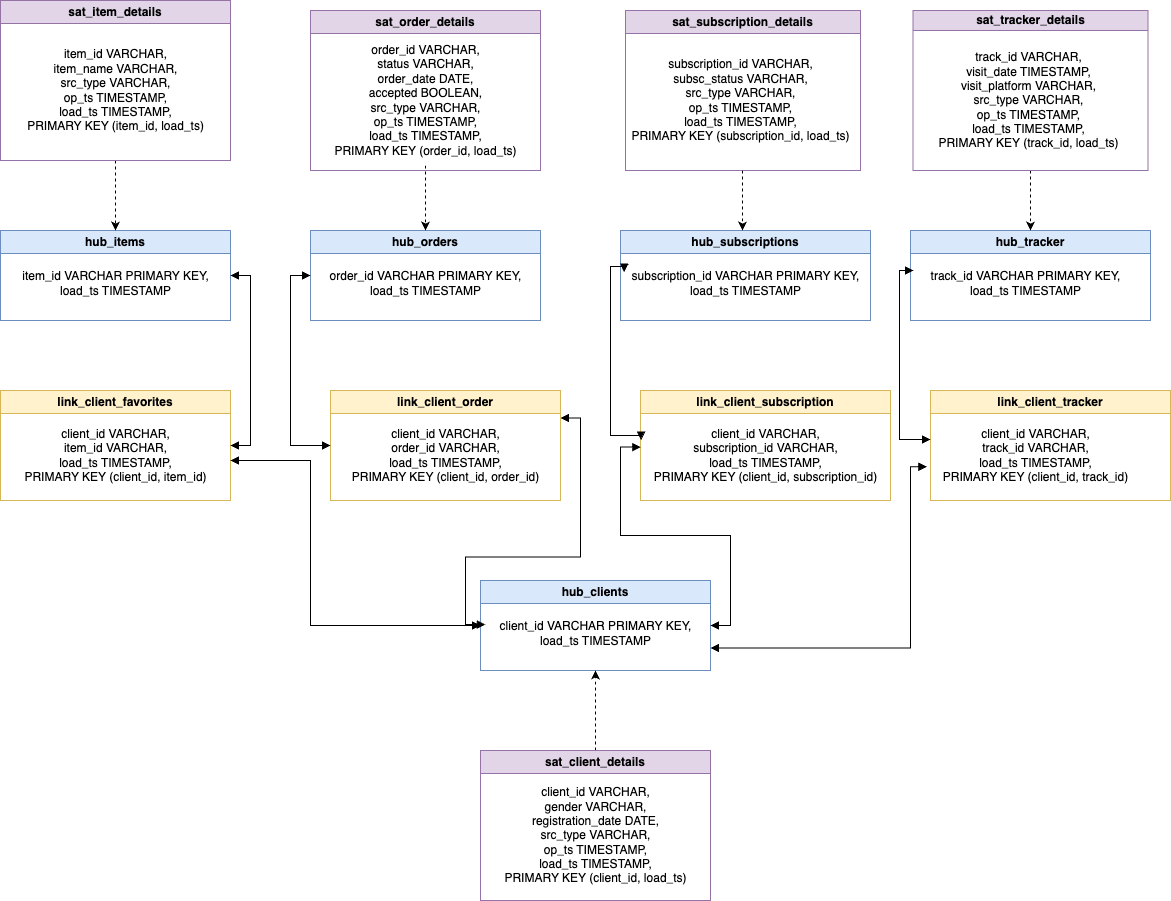
This is dds/data_vault.drawio.png from DariaMinina/architecture_asobd, a draw.io export, as it was before one commit. Source tidied: cells renumbered, new cells last; positions are measured from the earlier drawing's top-left corner, leaving out a move shared by most shapes. The source it was exported from:
```xml
<mxGraphModel>
  <root>
    <mxCell id="0" />
    <mxCell id="1" parent="0" />
    <mxCell id="2" value="hub_clients" style="swimlane;whiteSpace=wrap;html=1;fillColor=#dae8fc;strokeColor=#6c8ebf;" parent="1" vertex="1">
      <mxGeometry x="480" y="580" width="230" height="90" as="geometry" />
    </mxCell>
    <mxCell id="3" value="&lt;div&gt;client_id VARCHAR PRIMARY KEY,&lt;/div&gt;&lt;div&gt;load_ts TIMESTAMP&lt;/div&gt;" style="text;html=1;align=center;verticalAlign=middle;points=[];strokeColor=none;fillColor=none;" parent="2" vertex="1">
      <mxGeometry x="5" y="33" width="220" height="40" as="geometry" />
    </mxCell>
    <mxCell id="4" value="hub_items" style="swimlane;whiteSpace=wrap;html=1;fillColor=#dae8fc;strokeColor=#6c8ebf;" parent="1" vertex="1">
      <mxGeometry y="230" width="230" height="90" as="geometry" />
    </mxCell>
    <mxCell id="5" value="&lt;div&gt;item_id VARCHAR PRIMARY KEY,&lt;/div&gt;&lt;div&gt;load_ts TIMESTAMP&lt;/div&gt;" style="text;html=1;align=center;verticalAlign=middle;strokeColor=none;fillColor=none;" parent="4" vertex="1">
      <mxGeometry x="10" y="33" width="210" height="40" as="geometry" />
    </mxCell>
    <mxCell id="6" value="hub_orders" style="swimlane;whiteSpace=wrap;html=1;fillColor=#dae8fc;strokeColor=#6c8ebf;" parent="1" vertex="1">
      <mxGeometry x="310" y="230" width="230" height="90" as="geometry" />
    </mxCell>
    <mxCell id="7" value="&lt;div&gt;order_id VARCHAR PRIMARY KEY,&lt;/div&gt;&lt;div&gt;load_ts TIMESTAMP&lt;/div&gt;" style="text;html=1;align=center;verticalAlign=middle;strokeColor=none;fillColor=none;" parent="6" vertex="1">
      <mxGeometry x="5" y="33" width="220" height="40" as="geometry" />
    </mxCell>
    <mxCell id="8" value="hub_subscriptions" style="swimlane;whiteSpace=wrap;html=1;fillColor=#dae8fc;strokeColor=#6c8ebf;" parent="1" vertex="1">
      <mxGeometry x="620" y="230" width="250" height="90" as="geometry" />
    </mxCell>
    <mxCell id="9" value="&lt;div&gt;subscription_id VARCHAR PRIMARY KEY,&lt;/div&gt;&lt;div&gt;load_ts TIMESTAMP&lt;/div&gt;" style="text;html=1;align=center;verticalAlign=middle;points=[];strokeColor=none;fillColor=none;" parent="8" vertex="1">
      <mxGeometry y="33" width="250" height="40" as="geometry" />
    </mxCell>
    <mxCell id="10" value="hub_tracker" style="swimlane;whiteSpace=wrap;html=1;fillColor=#dae8fc;strokeColor=#6c8ebf;" parent="1" vertex="1">
      <mxGeometry x="910" y="230" width="240" height="90" as="geometry" />
    </mxCell>
    <mxCell id="11" value="&lt;div&gt;track_id VARCHAR PRIMARY KEY,&lt;/div&gt;&lt;div&gt;load_ts TIMESTAMP&lt;/div&gt;" style="text;html=1;align=center;verticalAlign=middle;strokeColor=none;fillColor=none;" parent="10" vertex="1">
      <mxGeometry x="10" y="33" width="210" height="40" as="geometry" />
    </mxCell>
    <mxCell id="12" style="edgeStyle=orthogonalEdgeStyle;rounded=0;jettySize=auto;html=1;entryX=-0.001;entryY=0.278;entryDx=0;entryDy=0;startArrow=block;startFill=1;entryPerimeter=0;exitX=1;exitY=0.25;exitDx=0;exitDy=0;endArrow=block;endFill=1;" parent="1" edge="1" source="13" target="3">
      <mxGeometry relative="1" as="geometry" />
    </mxCell>
    <mxCell id="13" value="link_client_order" style="swimlane;whiteSpace=wrap;html=1;fillColor=#fff2cc;strokeColor=#d6b656;" parent="1" vertex="1">
      <mxGeometry x="330" y="390" width="230" height="110" as="geometry" />
    </mxCell>
    <mxCell id="14" value="&lt;div&gt;client_id VARCHAR,&lt;/div&gt;&lt;div&gt;order_id VARCHAR,&lt;/div&gt;&lt;div&gt;load_ts TIMESTAMP,&lt;/div&gt;&lt;div&gt;&lt;span style=&quot;background-color: initial;&quot;&gt;PRIMARY KEY (client_id, order_id)&lt;/span&gt;&lt;/div&gt;" style="text;html=1;align=center;verticalAlign=middle;strokeColor=none;fillColor=none;" parent="13" vertex="1">
      <mxGeometry x="10" y="30" width="210" height="70" as="geometry" />
    </mxCell>
    <mxCell id="15" style="edgeStyle=orthogonalEdgeStyle;rounded=0;jettySize=auto;html=1;entryX=0;entryY=0.5;entryDx=0;entryDy=0;startArrow=block;startFill=1;exitX=0;exitY=0.5;exitDx=0;exitDy=0;endArrow=block;endFill=1;" parent="1" edge="1" source="6" target="13">
      <mxGeometry relative="1" as="geometry" />
    </mxCell>
    <mxCell id="16" value="link_client_subscription" style="swimlane;whiteSpace=wrap;html=1;fillColor=#fff2cc;strokeColor=#d6b656;" parent="1" vertex="1">
      <mxGeometry x="640" y="390" width="250" height="110" as="geometry" />
    </mxCell>
    <mxCell id="17" value="&lt;div&gt;client_id VARCHAR,&lt;/div&gt;&lt;div&gt;subscription_id VARCHAR,&lt;/div&gt;&lt;div&gt;load_ts TIMESTAMP,&lt;/div&gt;&lt;div&gt;&lt;span style=&quot;background-color: initial;&quot;&gt;PRIMARY KEY (client_id, subscription_id)&lt;/span&gt;&lt;/div&gt;" style="text;html=1;align=center;verticalAlign=middle;points=[];strokeColor=none;fillColor=none;" parent="16" vertex="1">
      <mxGeometry y="30" width="250" height="70" as="geometry" />
    </mxCell>
    <mxCell id="18" style="edgeStyle=orthogonalEdgeStyle;rounded=0;jettySize=auto;html=1;entryX=0.002;entryY=0.281;entryDx=0;entryDy=0;startArrow=block;startFill=1;entryPerimeter=0;endArrow=block;endFill=1;exitX=0.015;exitY=0.218;exitDx=0;exitDy=0;exitPerimeter=0;" parent="1" edge="1" source="9" target="17">
      <mxGeometry relative="1" as="geometry">
        <Array as="points">
          <mxPoint x="610" y="266" />
          <mxPoint x="610" y="435" />
        </Array>
      </mxGeometry>
    </mxCell>
    <mxCell id="19" style="edgeStyle=orthogonalEdgeStyle;rounded=0;jettySize=auto;html=1;entryX=1;entryY=0.5;entryDx=0;entryDy=0;startArrow=block;startFill=1;exitX=0.001;exitY=0.379;exitDx=0;exitDy=0;endArrow=block;endFill=1;exitPerimeter=0;" parent="1" edge="1" source="17" target="2">
      <mxGeometry relative="1" as="geometry" />
    </mxCell>
    <mxCell id="20" value="link_client_tracker" style="swimlane;whiteSpace=wrap;html=1;fillColor=#fff2cc;strokeColor=#d6b656;" parent="1" vertex="1">
      <mxGeometry x="930" y="390" width="240" height="110" as="geometry" />
    </mxCell>
    <mxCell id="21" value="&lt;div&gt;client_id VARCHAR,&lt;/div&gt;&lt;div&gt;track_id VARCHAR,&lt;/div&gt;&lt;div&gt;load_ts TIMESTAMP,&lt;/div&gt;&lt;div&gt;&lt;span style=&quot;background-color: initial;&quot;&gt;PRIMARY KEY (client_id, track_id)&lt;/span&gt;&lt;/div&gt;" style="text;html=1;align=center;verticalAlign=middle;points=[];strokeColor=none;fillColor=none;" parent="20" vertex="1">
      <mxGeometry y="30" width="210" height="70" as="geometry" />
    </mxCell>
    <mxCell id="22" value="link_client_favorites" style="swimlane;whiteSpace=wrap;html=1;fillColor=#fff2cc;strokeColor=#d6b656;" parent="1" vertex="1">
      <mxGeometry y="390" width="230" height="110" as="geometry" />
    </mxCell>
    <mxCell id="23" value="&lt;div&gt;client_id VARCHAR,&lt;/div&gt;&lt;div&gt;item_id VARCHAR,&lt;/div&gt;&lt;div&gt;load_ts TIMESTAMP,&lt;/div&gt;&lt;div&gt;&lt;span style=&quot;background-color: initial;&quot;&gt;PRIMARY KEY (client_id, item_id)&lt;/span&gt;&lt;/div&gt;" style="text;html=1;align=center;verticalAlign=middle;strokeColor=none;fillColor=none;" parent="22" vertex="1">
      <mxGeometry x="10" y="30" width="210" height="70" as="geometry" />
    </mxCell>
    <mxCell id="24" style="edgeStyle=orthogonalEdgeStyle;rounded=0;jettySize=auto;html=1;entryX=1;entryY=0.5;entryDx=0;entryDy=0;startArrow=block;startFill=1;exitX=1;exitY=0.5;exitDx=0;exitDy=0;endArrow=block;endFill=1;" parent="1" edge="1" source="4" target="22">
      <mxGeometry relative="1" as="geometry" />
    </mxCell>
    <mxCell id="25" style="edgeStyle=orthogonalEdgeStyle;rounded=0;jettySize=auto;html=1;entryX=0;entryY=0.5;entryDx=0;entryDy=0;startArrow=block;startFill=1;endArrow=block;endFill=1;" parent="1" edge="1" target="2">
      <mxGeometry relative="1" as="geometry">
        <mxPoint x="230" y="460" as="sourcePoint" />
        <Array as="points">
          <mxPoint x="310" y="460" />
          <mxPoint x="310" y="625" />
        </Array>
      </mxGeometry>
    </mxCell>
    <mxCell id="26" style="edgeStyle=orthogonalEdgeStyle;rounded=0;orthogonalLoop=1;jettySize=auto;html=1;entryX=0.002;entryY=0.281;entryDx=0;entryDy=0;startArrow=block;startFill=1;entryPerimeter=0;endArrow=block;endFill=1;exitX=0.015;exitY=0.218;exitDx=0;exitDy=0;exitPerimeter=0;" parent="1" edge="1">
      <mxGeometry relative="1" as="geometry">
        <mxPoint x="913" y="270" as="sourcePoint" />
        <mxPoint x="930" y="439" as="targetPoint" />
        <Array as="points">
          <mxPoint x="899" y="270" />
          <mxPoint x="899" y="439" />
        </Array>
      </mxGeometry>
    </mxCell>
    <mxCell id="27" style="edgeStyle=orthogonalEdgeStyle;rounded=0;jettySize=auto;html=1;entryX=1;entryY=0.75;entryDx=0;entryDy=0;startArrow=block;startFill=1;endArrow=block;endFill=1;exitX=-0.017;exitY=0.661;exitDx=0;exitDy=0;exitPerimeter=0;" parent="1" edge="1" source="21" target="2">
      <mxGeometry relative="1" as="geometry">
        <Array as="points">
          <mxPoint x="910" y="470" />
          <mxPoint x="910" y="648" />
          <mxPoint x="720" y="648" />
        </Array>
      </mxGeometry>
    </mxCell>
    <mxCell id="28" style="edgeStyle=orthogonalEdgeStyle;rounded=0;jettySize=auto;html=1;entryX=0.5;entryY=1;entryDx=0;entryDy=0;dashed=1;" parent="1" edge="1" source="29" target="2">
      <mxGeometry relative="1" as="geometry" />
    </mxCell>
    <mxCell id="29" value="sat_client_details" style="swimlane;whiteSpace=wrap;html=1;fillColor=#e1d5e7;strokeColor=#9673a6;" parent="1" vertex="1">
      <mxGeometry x="480" y="750" width="230" height="150" as="geometry" />
    </mxCell>
    <mxCell id="30" value="&lt;div&gt;client_id VARCHAR,&lt;/div&gt;&lt;div&gt;gender VARCHAR,&lt;/div&gt;&lt;div&gt;registration_date DATE,&lt;/div&gt;&lt;div&gt;src_type VARCHAR,&lt;/div&gt;&lt;div&gt;op_ts TIMESTAMP,&lt;/div&gt;&lt;div&gt;load_ts TIMESTAMP,&lt;/div&gt;&lt;div&gt;&lt;span style=&quot;background-color: initial;&quot;&gt;PRIMARY KEY (client_id, load_ts)&lt;/span&gt;&lt;/div&gt;" style="text;html=1;align=center;verticalAlign=middle;strokeColor=none;fillColor=none;" parent="29" vertex="1">
      <mxGeometry x="10" y="30" width="210" height="110" as="geometry" />
    </mxCell>
    <mxCell id="31" value="sat_order_details" style="swimlane;whiteSpace=wrap;html=1;fillColor=#e1d5e7;strokeColor=#9673a6;" parent="1" vertex="1">
      <mxGeometry x="310" y="10" width="230" height="160" as="geometry" />
    </mxCell>
    <mxCell id="32" value="&lt;div&gt;order_id VARCHAR,&lt;/div&gt;&lt;div&gt;status VARCHAR,&lt;/div&gt;&lt;div&gt;order_date DATE,&lt;/div&gt;&lt;div&gt;accepted BOOLEAN,&lt;/div&gt;&lt;div&gt;src_type VARCHAR,&lt;/div&gt;&lt;div&gt;op_ts TIMESTAMP,&lt;/div&gt;&lt;div&gt;load_ts TIMESTAMP,&lt;/div&gt;&lt;div&gt;&lt;span style=&quot;background-color: initial;&quot;&gt;PRIMARY KEY (order_id, load_ts)&lt;/span&gt;&lt;/div&gt;" style="text;html=1;align=center;verticalAlign=middle;points=[];strokeColor=none;fillColor=none;" parent="31" vertex="1">
      <mxGeometry x="10" y="25" width="210" height="130" as="geometry" />
    </mxCell>
    <mxCell id="33" style="edgeStyle=orthogonalEdgeStyle;rounded=0;jettySize=auto;html=1;entryX=0.5;entryY=0;entryDx=0;entryDy=0;dashed=1;" parent="1" edge="1" source="32" target="6">
      <mxGeometry relative="1" as="geometry" />
    </mxCell>
    <mxCell id="34" value="sat_subscription_details" style="swimlane;whiteSpace=wrap;html=1;fillColor=#e1d5e7;strokeColor=#9673a6;" parent="1" vertex="1">
      <mxGeometry x="625" y="10" width="235" height="160" as="geometry" />
    </mxCell>
    <mxCell id="35" value="&lt;div&gt;subscription_id VARCHAR,&lt;/div&gt;&lt;div&gt;subsc_status VARCHAR,&lt;/div&gt;&lt;div&gt;src_type VARCHAR,&lt;/div&gt;&lt;div&gt;op_ts TIMESTAMP,&lt;/div&gt;&lt;div&gt;load_ts TIMESTAMP,&lt;/div&gt;&lt;div&gt;&lt;span style=&quot;background-color: initial;&quot;&gt;PRIMARY KEY (subscription_id, load_ts)&lt;/span&gt;&lt;/div&gt;" style="text;html=1;align=center;verticalAlign=middle;strokeColor=none;fillColor=none;" parent="34" vertex="1">
      <mxGeometry x="-5" y="40" width="240" height="100" as="geometry" />
    </mxCell>
    <mxCell id="36" style="edgeStyle=orthogonalEdgeStyle;rounded=0;jettySize=auto;html=1;dashed=1;" parent="1" edge="1" source="37" target="4">
      <mxGeometry relative="1" as="geometry" />
    </mxCell>
    <mxCell id="37" value="sat_item_details" style="swimlane;whiteSpace=wrap;html=1;fillColor=#e1d5e7;strokeColor=#9673a6;" parent="1" vertex="1">
      <mxGeometry width="230" height="160" as="geometry" />
    </mxCell>
    <mxCell id="38" value="&lt;div&gt;item_id VARCHAR,&lt;/div&gt;&lt;div&gt;item_name VARCHAR,&lt;/div&gt;&lt;div&gt;src_type VARCHAR,&lt;/div&gt;&lt;div&gt;op_ts TIMESTAMP,&lt;/div&gt;&lt;div&gt;load_ts TIMESTAMP,&lt;/div&gt;&lt;div&gt;&lt;span style=&quot;background-color: initial;&quot;&gt;PRIMARY KEY (item_id, load_ts)&lt;/span&gt;&lt;/div&gt;" style="text;html=1;align=center;verticalAlign=middle;strokeColor=none;fillColor=none;" parent="37" vertex="1">
      <mxGeometry x="15" y="40" width="200" height="100" as="geometry" />
    </mxCell>
    <mxCell id="39" style="edgeStyle=orthogonalEdgeStyle;rounded=0;jettySize=auto;html=1;dashed=1;" parent="1" edge="1" source="34">
      <mxGeometry relative="1" as="geometry">
        <mxPoint x="742" y="230" as="targetPoint" />
      </mxGeometry>
    </mxCell>
    <mxCell id="40" style="edgeStyle=orthogonalEdgeStyle;rounded=0;jettySize=auto;html=1;entryX=0.5;entryY=0;entryDx=0;entryDy=0;dashed=1;" parent="1" edge="1" source="41" target="10">
      <mxGeometry relative="1" as="geometry" />
    </mxCell>
    <mxCell id="41" value="sat_tracker_details" style="swimlane;whiteSpace=wrap;html=1;startSize=20;fillColor=#e1d5e7;strokeColor=#9673a6;" parent="1" vertex="1">
      <mxGeometry x="912.5" y="10" width="235" height="160" as="geometry" />
    </mxCell>
    <mxCell id="42" value="&lt;div&gt;track_id VARCHAR,&lt;/div&gt;&lt;div&gt;visit_date TIMESTAMP,&lt;/div&gt;&lt;div&gt;visit_platform VARCHAR,&lt;/div&gt;&lt;div&gt;src_type VARCHAR,&lt;/div&gt;&lt;div&gt;op_ts TIMESTAMP,&lt;/div&gt;&lt;div&gt;load_ts TIMESTAMP,&lt;/div&gt;&lt;div&gt;&lt;span style=&quot;background-color: initial;&quot;&gt;PRIMARY KEY (track_id, load_ts)&lt;/span&gt;&lt;/div&gt;" style="text;html=1;align=center;verticalAlign=middle;strokeColor=none;fillColor=none;" parent="41" vertex="1">
      <mxGeometry x="15" y="35" width="200" height="110" as="geometry" />
    </mxCell>
  </root>
</mxGraphModel>
```
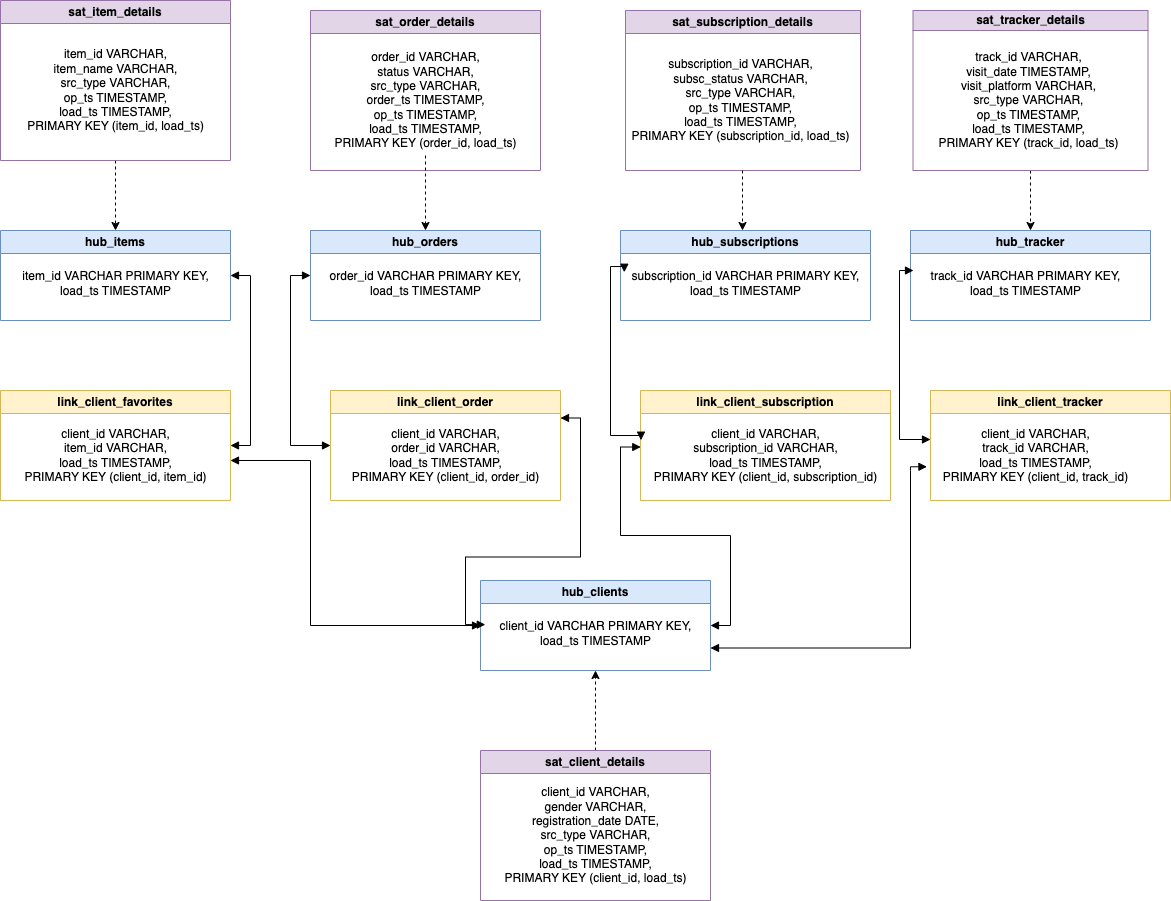
After the commit.

Commit message:
fixed src, stg, dds - added order_ts

What changed in the source:
```diff
@@ -116,8 +116,8 @@
     <mxCell id="31" value="sat_order_details" style="swimlane;whiteSpace=wrap;html=1;fillColor=#e1d5e7;strokeColor=#9673a6;" parent="1" vertex="1">
       <mxGeometry x="310" y="10" width="230" height="160" as="geometry" />
     </mxCell>
-    <mxCell id="32" value="&lt;div&gt;order_id VARCHAR,&lt;/div&gt;&lt;div&gt;status VARCHAR,&lt;/div&gt;&lt;div&gt;order_date DATE,&lt;/div&gt;&lt;div&gt;accepted BOOLEAN,&lt;/div&gt;&lt;div&gt;src_type VARCHAR,&lt;/div&gt;&lt;div&gt;op_ts TIMESTAMP,&lt;/div&gt;&lt;div&gt;load_ts TIMESTAMP,&lt;/div&gt;&lt;div&gt;&lt;span style=&quot;background-color: initial;&quot;&gt;PRIMARY KEY (order_id, load_ts)&lt;/span&gt;&lt;/div&gt;" style="text;html=1;align=center;verticalAlign=middle;points=[];strokeColor=none;fillColor=none;" parent="31" vertex="1">
-      <mxGeometry x="10" y="25" width="210" height="130" as="geometry" />
+    <mxCell id="32" value="&lt;div&gt;order_id VARCHAR,&lt;/div&gt;&lt;div&gt;status VARCHAR&lt;span style=&quot;background-color: initial;&quot;&gt;,&lt;/span&gt;&lt;/div&gt;&lt;div&gt;src_type VARCHAR,&lt;/div&gt;&lt;div&gt;order_ts TIMESTAMP,&lt;/div&gt;&lt;div&gt;op_ts TIMESTAMP,&lt;/div&gt;&lt;div&gt;load_ts TIMESTAMP,&lt;/div&gt;&lt;div&gt;&lt;span style=&quot;background-color: initial;&quot;&gt;PRIMARY KEY (order_id, load_ts)&lt;/span&gt;&lt;/div&gt;" style="text;html=1;align=center;verticalAlign=middle;points=[];strokeColor=none;fillColor=none;" parent="31" vertex="1">
+      <mxGeometry x="10" y="35" width="210" height="110" as="geometry" />
     </mxCell>
     <mxCell id="33" style="edgeStyle=orthogonalEdgeStyle;rounded=0;jettySize=auto;html=1;entryX=0.5;entryY=0;entryDx=0;entryDy=0;dashed=1;" parent="1" edge="1" source="32" target="6">
       <mxGeometry relative="1" as="geometry" />
```
